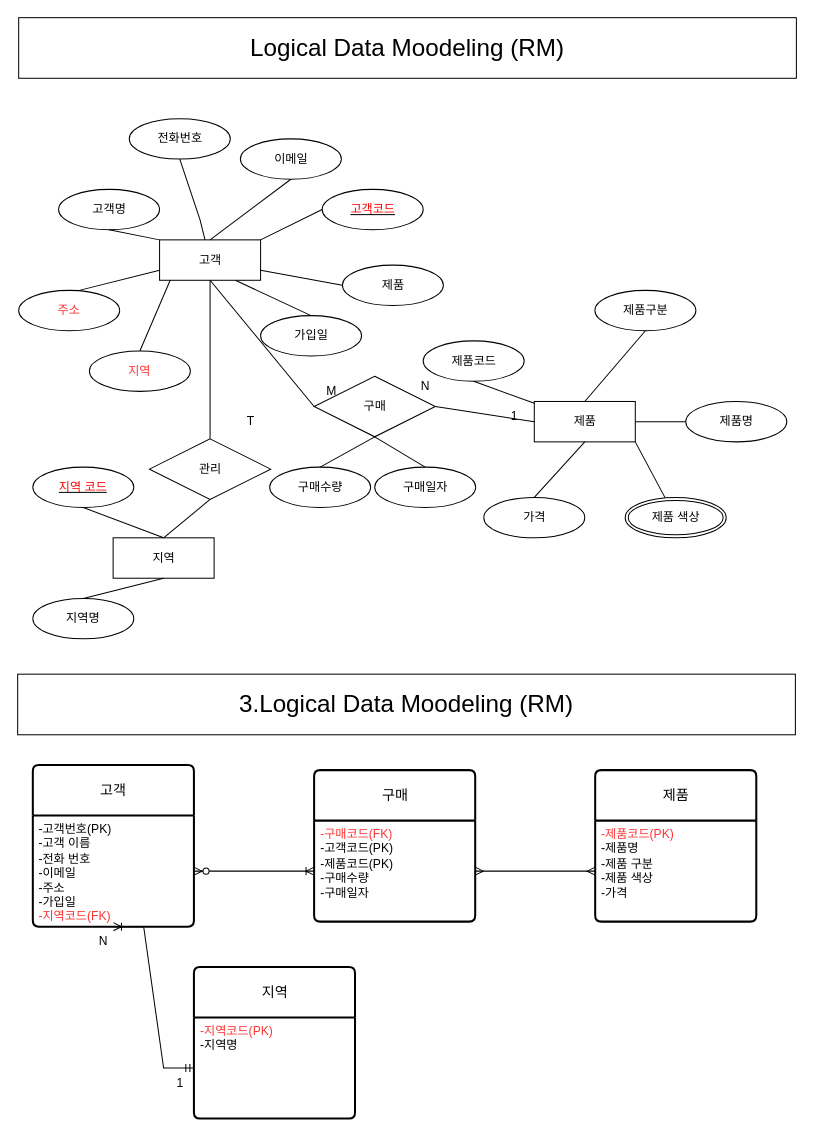
Above: page "페이지-2" (2 of 2) of erd.drawio in dao9933/ai8erd (draw.io), before the change. Source tidied: cells renumbered, new cells numbered last; positions are measured from the earlier drawing's top-left corner, leaving out a move shared by most shapes. Both pictures are drawn from the tidied source at 101%, with x=0, y=0 at pixel (17, 17).
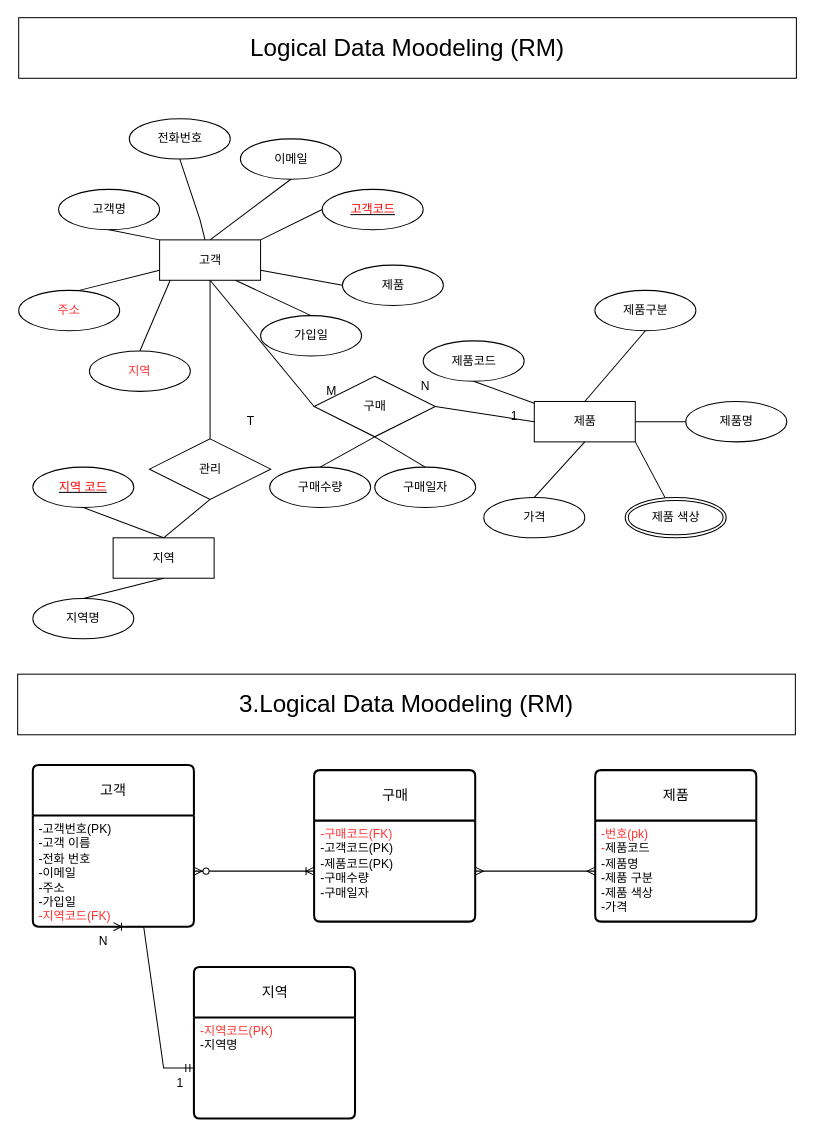
Above is the later version.

The change refers to these unchanged cells:
```xml
<mxCell id="27" value="제품" style="swimlane;horizontal=1;startSize=50;rounded=1;fontSize=14;fontStyle=0;strokeWidth=2;shadow=0;dashed=0;align=center;arcSize=4;whiteSpace=wrap;html=1;" parent="1" vertex="1">
  <mxGeometry x="571.8" y="745" width="159.5" height="150" as="geometry" />
</mxCell>
```

Change to the diagram source:
```diff
@@
-    <mxCell id="28" value="&lt;font color=&quot;#ff3333&quot;&gt;-제품코드(PK)&lt;br&gt;&lt;/font&gt;-제품명&lt;br&gt;-제품 구분&lt;br&gt;-제품 색상&lt;br&gt;-가격" style="align=left;strokeColor=none;fillColor=none;spacingLeft=4;fontSize=12;verticalAlign=top;html=1;" parent="27" vertex="1">
+    <mxCell id="28" value="&lt;font color=&quot;#ff3333&quot;&gt;-번호(pk)&lt;br&gt;-&lt;/font&gt;제품코드&lt;br&gt;-제품명&lt;br&gt;-제품 구분&lt;br&gt;-제품 색상&lt;br&gt;-가격" style="align=left;strokeColor=none;fillColor=none;spacingLeft=4;fontSize=12;verticalAlign=top;html=1;" parent="27" vertex="1">
       <mxGeometry y="50" width="159.5" height="100" as="geometry" />
     </mxCell>
```
